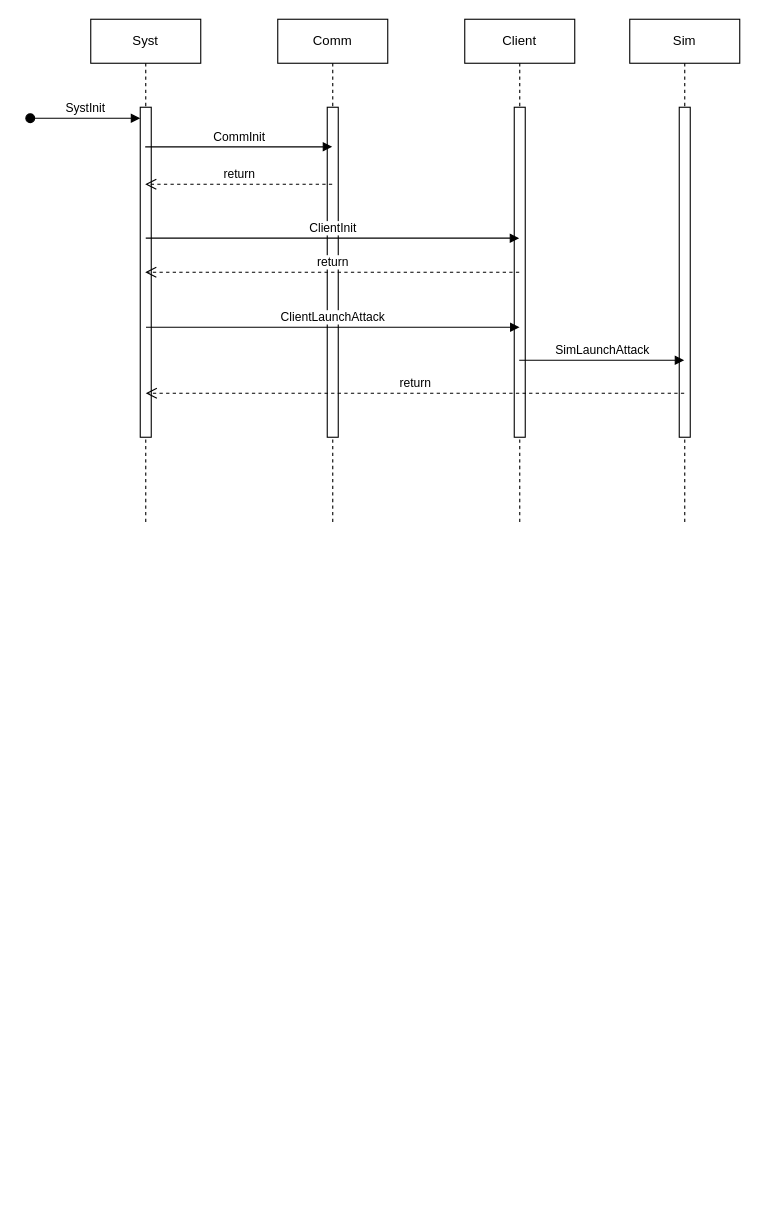
Above: Untitled Diagram.drawio in OneOverThree/PastryTest (draw.io), before the change. Source tidied: cells renumbered, new cells numbered last; positions are measured from the earlier drawing's top-left corner, leaving out a move shared by most shapes. Both pictures are drawn from the tidied source at 110%, with x=0, y=0 at pixel (30, 19).
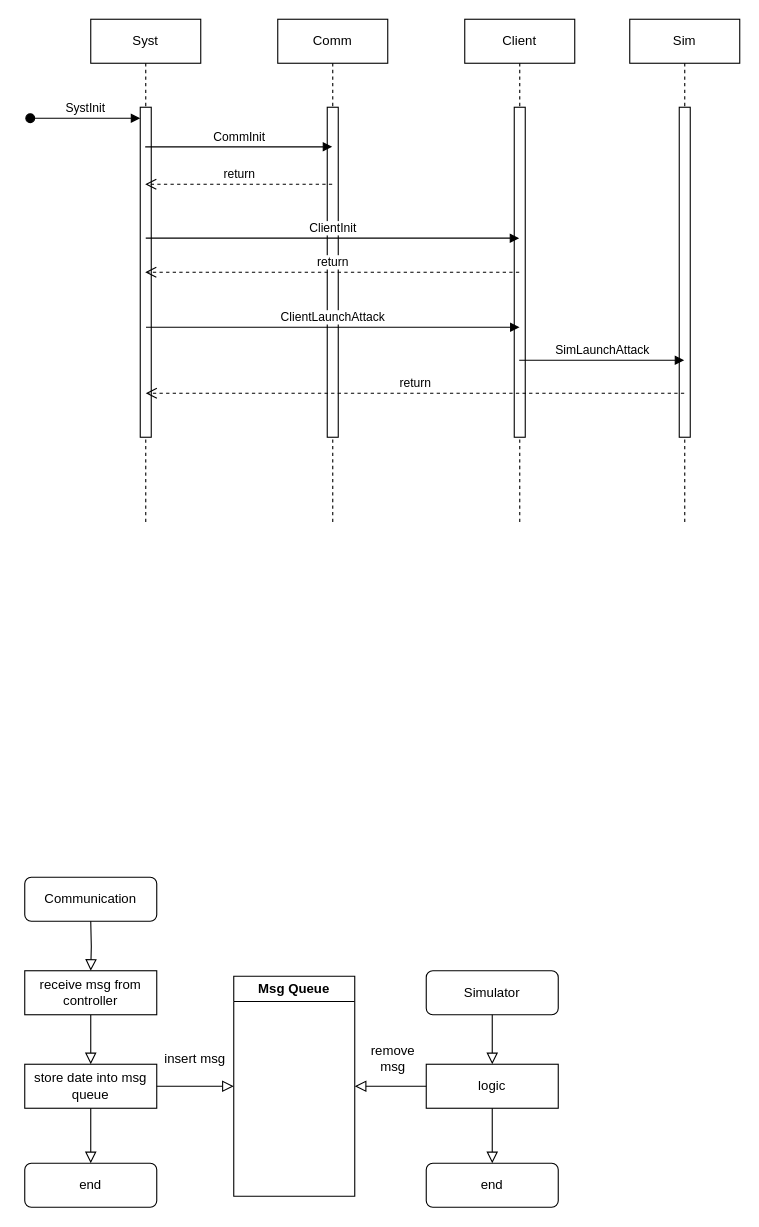
After the change.

Diff of the diagram source:
```diff
@@
+    <mxCell id="18" value="Communication" style="rounded=1;whiteSpace=wrap;html=1;fontSize=12;glass=0;strokeWidth=1;shadow=0;" parent="1" vertex="1">
+      <mxGeometry x="-5" y="780" width="120" height="40" as="geometry" />
+    </mxCell>
+    <mxCell id="19" style="rounded=0;html=1;jettySize=auto;fontSize=11;endArrow=block;endFill=0;endSize=8;strokeWidth=1;shadow=0;labelBackgroundColor=none;edgeStyle=orthogonalEdgeStyle;" parent="1" edge="1" target="22">
+      <mxGeometry y="20" relative="1" as="geometry">
+        <mxPoint x="55" y="820" as="sourcePoint" />
+      </mxGeometry>
+    </mxCell>
+    <mxCell id="20" style="rounded=0;html=1;jettySize=auto;fontSize=11;endArrow=block;endFill=0;endSize=8;strokeWidth=1;shadow=0;labelBackgroundColor=none;edgeStyle=orthogonalEdgeStyle;" parent="1" edge="1" source="22" target="23">
+      <mxGeometry y="20" relative="1" as="geometry" />
+    </mxCell>
+    <mxCell id="21" value="end" style="rounded=1;whiteSpace=wrap;html=1;fontSize=12;glass=0;strokeWidth=1;shadow=0;" parent="1" vertex="1">
+      <mxGeometry x="-5" y="1040" width="120" height="40" as="geometry" />
+    </mxCell>
+    <mxCell id="22" value="receive msg from controller" style="rounded=0;whiteSpace=wrap;html=1;" parent="1" vertex="1">
+      <mxGeometry x="-5" y="865" width="120" height="40" as="geometry" />
+    </mxCell>
+    <mxCell id="23" value="store date into msg queue" style="rounded=0;whiteSpace=wrap;html=1;" parent="1" vertex="1">
+      <mxGeometry x="-5" y="950" width="120" height="40" as="geometry" />
+    </mxCell>
+    <mxCell id="24" style="rounded=0;html=1;jettySize=auto;fontSize=11;endArrow=block;endFill=0;endSize=8;strokeWidth=1;shadow=0;labelBackgroundColor=none;edgeStyle=orthogonalEdgeStyle;" parent="1" edge="1" source="23" target="21">
+      <mxGeometry y="20" relative="1" as="geometry" />
+    </mxCell>
+    <mxCell id="25" value="Msg Queue" style="swimlane;whiteSpace=wrap;html=1;" parent="1" vertex="1">
+      <mxGeometry x="185" y="870" width="110" height="200" as="geometry" />
+    </mxCell>
+    <mxCell id="26" style="rounded=0;html=1;jettySize=auto;fontSize=11;endArrow=block;endFill=0;endSize=8;strokeWidth=1;shadow=0;labelBackgroundColor=none;edgeStyle=orthogonalEdgeStyle;exitX=1;exitY=0.5;exitDx=0;exitDy=0;" parent="1" edge="1" source="23" target="25">
+      <mxGeometry y="20" relative="1" as="geometry" />
+    </mxCell>
+    <mxCell id="27" value="insert msg" style="text;html=1;strokeColor=none;fillColor=none;align=center;verticalAlign=middle;whiteSpace=wrap;rounded=0;" parent="1" vertex="1">
+      <mxGeometry x="120" y="930" width="60" height="30" as="geometry" />
+    </mxCell>
+    <mxCell id="28" value="logic" style="rounded=0;whiteSpace=wrap;html=1;" parent="1" vertex="1">
+      <mxGeometry x="360" y="950" width="120" height="40" as="geometry" />
+    </mxCell>
+    <mxCell id="29" style="rounded=0;html=1;jettySize=auto;fontSize=11;endArrow=block;endFill=0;endSize=8;strokeWidth=1;shadow=0;labelBackgroundColor=none;edgeStyle=orthogonalEdgeStyle;entryX=1;entryY=0.5;entryDx=0;entryDy=0;" parent="1" edge="1" source="28" target="25">
+      <mxGeometry y="20" relative="1" as="geometry" />
+    </mxCell>
+    <mxCell id="30" value="remove msg" style="text;html=1;strokeColor=none;fillColor=none;align=center;verticalAlign=middle;whiteSpace=wrap;rounded=0;" parent="1" vertex="1">
+      <mxGeometry x="300" y="930" width="60" height="30" as="geometry" />
+    </mxCell>
+    <mxCell id="31" value="Simulator" style="rounded=1;whiteSpace=wrap;html=1;fontSize=12;glass=0;strokeWidth=1;shadow=0;" parent="1" vertex="1">
+      <mxGeometry x="360" y="865" width="120" height="40" as="geometry" />
+    </mxCell>
+    <mxCell id="32" style="rounded=0;html=1;jettySize=auto;fontSize=11;endArrow=block;endFill=0;endSize=8;strokeWidth=1;shadow=0;labelBackgroundColor=none;edgeStyle=orthogonalEdgeStyle;exitX=0.5;exitY=1;exitDx=0;exitDy=0;entryX=0.5;entryY=0;entryDx=0;entryDy=0;" parent="1" edge="1" source="31" target="28">
+      <mxGeometry relative="1" as="geometry" />
+    </mxCell>
+    <mxCell id="33" value="end" style="rounded=1;whiteSpace=wrap;html=1;fontSize=12;glass=0;strokeWidth=1;shadow=0;" parent="1" vertex="1">
+      <mxGeometry x="360" y="1040" width="120" height="40" as="geometry" />
+    </mxCell>
+    <mxCell id="34" style="rounded=0;html=1;jettySize=auto;fontSize=11;endArrow=block;endFill=0;endSize=8;strokeWidth=1;shadow=0;labelBackgroundColor=none;edgeStyle=orthogonalEdgeStyle;exitX=0.5;exitY=1;exitDx=0;exitDy=0;" parent="1" edge="1" source="28" target="33">
+      <mxGeometry y="20" relative="1" as="geometry" />
+    </mxCell>
```
